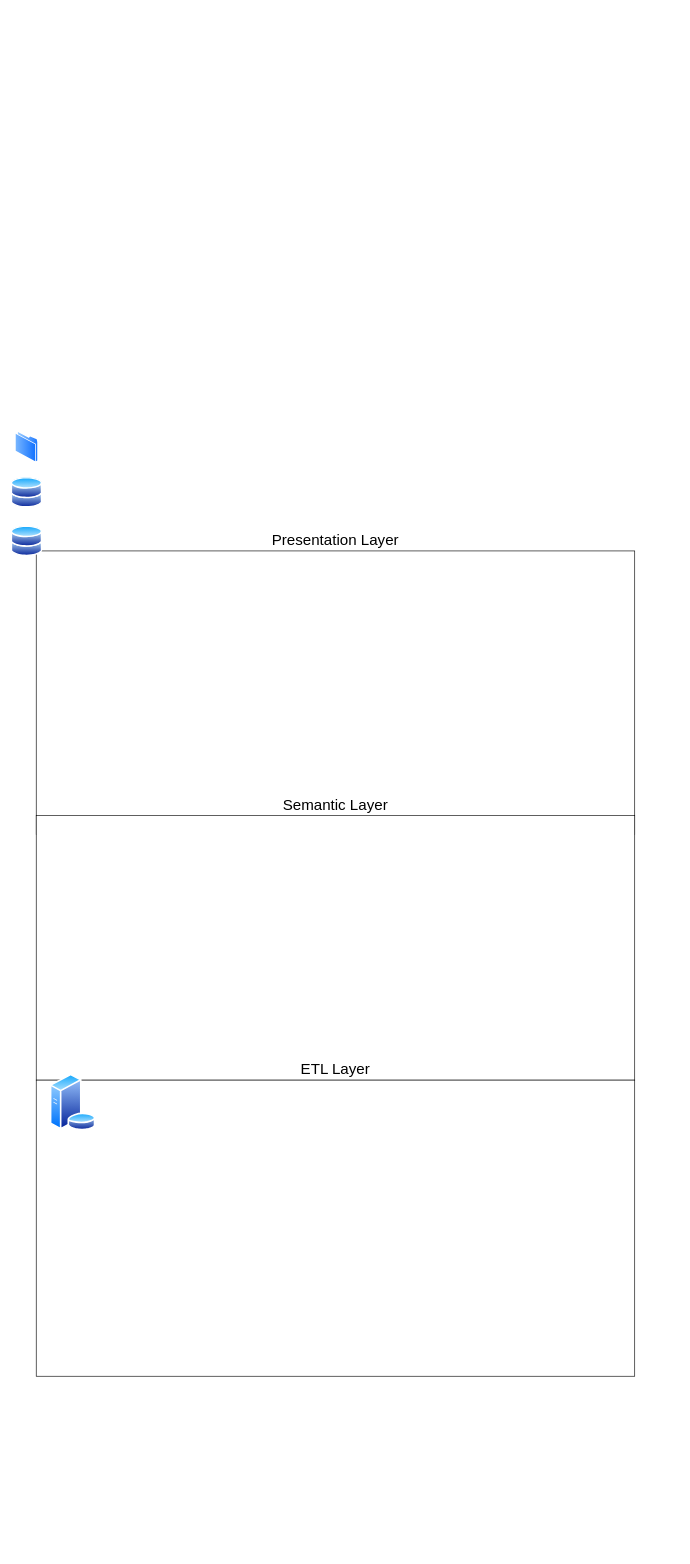
This is BI_Architecture.drawio from itaybaran/drawing, a draw.io file, before an edit. Source tidied: cells renumbered, new cells numbered last; positions are measured from the earlier drawing's top-left corner, leaving out a move shared by most shapes. Both pictures are drawn from the tidied source at 63%, with x=0, y=0 at pixel (11, 431).
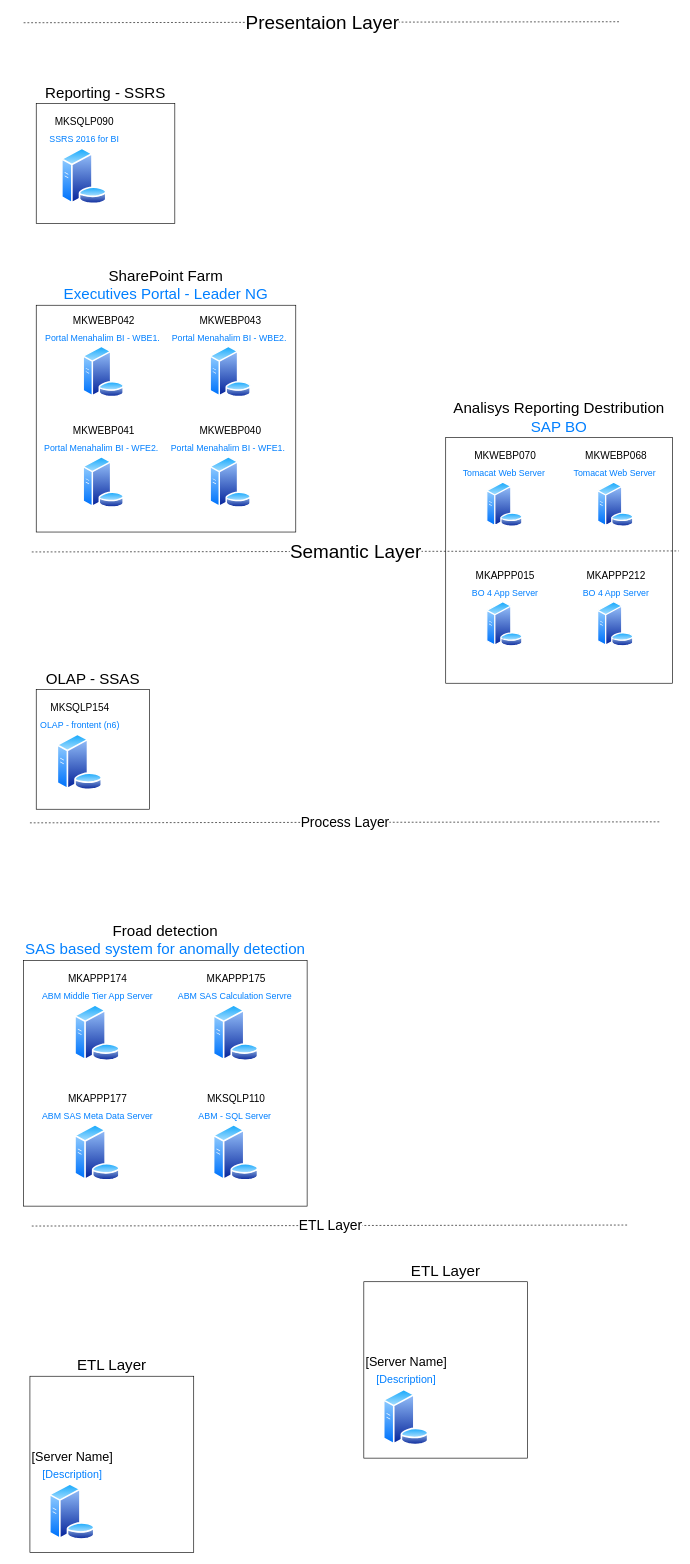
Above is the later version.

Change to the diagram source:
```diff
@@
-    <mxCell id="2" value="&lt;span style=&quot;font-size: 24px&quot;&gt;Presentation Layer&lt;/span&gt;" style="rounded=0;whiteSpace=wrap;html=1;labelPosition=center;verticalLabelPosition=top;align=center;verticalAlign=bottom;" parent="1" vertex="1">
-      <mxGeometry x="40" y="190" width="950" height="450" as="geometry" />
-    </mxCell>
-    <mxCell id="3" value="&lt;span style=&quot;font-size: 24px&quot;&gt;Semantic Layer&lt;/span&gt;" style="rounded=0;whiteSpace=wrap;html=1;labelPosition=center;verticalLabelPosition=top;align=center;verticalAlign=bottom;" parent="1" vertex="1">
-      <mxGeometry x="40" y="610" width="950" height="420" as="geometry" />
-    </mxCell>
-    <mxCell id="4" style="perimeter=ellipsePerimeter;html=1;align=center;shadow=0;dashed=0;spacingTop=3;image;image=img/lib/active_directory/folder.svg;" parent="1" vertex="1">
-      <mxGeometry x="6.8" width="36.5" height="50" as="geometry" />
-    </mxCell>
-    <mxCell id="5" style="perimeter=ellipsePerimeter;html=1;align=center;shadow=0;dashed=0;spacingTop=3;image;image=img/lib/active_directory/databases.svg;" parent="1" vertex="1">
-      <mxGeometry y="73" width="50" height="49" as="geometry" />
-    </mxCell>
-    <mxCell id="6" style="perimeter=ellipsePerimeter;html=1;align=center;shadow=0;dashed=0;spacingTop=3;image;image=img/lib/active_directory/databases.svg;" parent="1" vertex="1">
-      <mxGeometry y="150" width="50" height="49" as="geometry" />
-    </mxCell>
     <mxCell id="7" value="&lt;font style=&quot;font-size: 24px&quot;&gt;ETL Layer&lt;/font&gt;" style="rounded=0;whiteSpace=wrap;html=1;labelPosition=center;verticalLabelPosition=top;align=center;verticalAlign=bottom;" parent="1" vertex="1">
-      <mxGeometry x="40" y="1030" width="950" height="470" as="geometry" />
+      <mxGeometry x="560" y="1350" width="260" height="280" as="geometry" />
     </mxCell>
-    <mxCell id="8" style="perimeter=ellipsePerimeter;html=1;align=center;shadow=0;dashed=0;spacingTop=3;image;image=img/lib/active_directory/database_server.svg;labelPosition=center;verticalLabelPosition=top;verticalAlign=bottom;fontSize=22;" parent="1" vertex="1">
-      <mxGeometry x="61.3" y="1020" width="73.8" height="90" as="geometry" />
+    <mxCell id="8" value="&lt;font style=&quot;font-size: 20px&quot;&gt;[Server Name]&lt;/font&gt;&lt;br style=&quot;font-size: 18px&quot;&gt;&lt;font color=&quot;#007fff&quot; style=&quot;font-size: 17px&quot;&gt;[Description]&lt;/font&gt;" style="perimeter=ellipsePerimeter;html=1;align=center;shadow=0;dashed=0;spacingTop=3;image;image=img/lib/active_directory/database_server.svg;labelPosition=center;verticalLabelPosition=top;verticalAlign=bottom;fontSize=22;" parent="1" vertex="1">
+      <mxGeometry x="590" y="1520" width="73.8" height="90" as="geometry" />
     </mxCell>
+    <mxCell id="9" value="&lt;font style=&quot;font-size: 30px&quot;&gt;Presentaion Layer&lt;/font&gt;" style="endArrow=none;dashed=1;html=1;fontSize=22;exitX=1;exitY=1;exitDx=0;exitDy=0;" parent="1" edge="1">
+      <mxGeometry relative="1" as="geometry">
+        <mxPoint x="20" y="-648.4" as="sourcePoint" />
+        <mxPoint x="967.1" y="-650" as="targetPoint" />
+      </mxGeometry>
+    </mxCell>
+    <mxCell id="10" value="Process Layer" style="endArrow=none;dashed=1;html=1;fontSize=22;exitX=1;exitY=1;exitDx=0;exitDy=0;" parent="1" edge="1">
+      <mxGeometry relative="1" as="geometry">
+        <mxPoint x="30" y="621.6" as="sourcePoint" />
+        <mxPoint x="1030" y="620" as="targetPoint" />
+      </mxGeometry>
+    </mxCell>
+    <mxCell id="11" value="&lt;font style=&quot;font-size: 24px&quot;&gt;ETL Layer&lt;/font&gt;" style="rounded=0;whiteSpace=wrap;html=1;labelPosition=center;verticalLabelPosition=top;align=center;verticalAlign=bottom;" parent="1" vertex="1">
+      <mxGeometry x="30" y="1500" width="260" height="280" as="geometry" />
+    </mxCell>
+    <mxCell id="12" value="&lt;font style=&quot;font-size: 20px&quot;&gt;[Server Name]&lt;/font&gt;&lt;br style=&quot;font-size: 18px&quot;&gt;&lt;font color=&quot;#007fff&quot; style=&quot;font-size: 17px&quot;&gt;[Description]&lt;/font&gt;" style="perimeter=ellipsePerimeter;html=1;align=center;shadow=0;dashed=0;spacingTop=3;image;image=img/lib/active_directory/database_server.svg;labelPosition=center;verticalLabelPosition=top;verticalAlign=bottom;fontSize=22;" parent="1" vertex="1">
+      <mxGeometry x="60" y="1670" width="73.8" height="90" as="geometry" />
+    </mxCell>
+    <mxCell id="13" value="ETL Layer" style="endArrow=none;dashed=1;html=1;fontSize=22;exitX=1;exitY=1;exitDx=0;exitDy=0;" parent="1" edge="1">
+      <mxGeometry relative="1" as="geometry">
+        <mxPoint x="32.9" y="1261.6" as="sourcePoint" />
+        <mxPoint x="980" y="1260" as="targetPoint" />
+      </mxGeometry>
+    </mxCell>
+    <mxCell id="14" style="group;" parent="1" vertex="1">
+      <mxGeometry x="40" y="-200" width="412" height="360" as="geometry" />
+    </mxCell>
+    <mxCell id="15" value="&lt;font style=&quot;font-size: 24px&quot;&gt;SharePoint Farm&lt;br&gt;&lt;font color=&quot;#007fff&quot;&gt;Executives Portal - Leader NG&lt;/font&gt;&lt;br&gt;&lt;/font&gt;" style="rounded=0;whiteSpace=wrap;html=1;labelPosition=center;verticalLabelPosition=top;align=center;verticalAlign=bottom;" parent="14" vertex="1">
+      <mxGeometry width="412" height="360" as="geometry" />
+    </mxCell>
+    <mxCell id="16" value="&lt;span style=&quot;font-size: 16px&quot;&gt;MKWEBP041&lt;/span&gt;&lt;br style=&quot;font-size: 18px&quot;&gt;&lt;font color=&quot;#007fff&quot;&gt;&lt;span style=&quot;font-size: 14px&quot;&gt;Portal Menahalim BI - WFE2.&amp;nbsp;&amp;nbsp;&lt;/span&gt;&lt;/font&gt;" style="perimeter=ellipsePerimeter;html=1;align=center;shadow=0;dashed=0;spacingTop=3;image;image=img/lib/active_directory/database_server.svg;labelPosition=center;verticalLabelPosition=top;verticalAlign=bottom;fontSize=22;" parent="14" vertex="1">
+      <mxGeometry x="73.2" y="240" width="67.1" height="81.8" as="geometry" />
+    </mxCell>
+    <mxCell id="17" value="&lt;font style=&quot;font-size: 16px&quot;&gt;MKWEBP042&lt;/font&gt;&lt;br style=&quot;font-size: 18px&quot;&gt;&lt;font color=&quot;#007fff&quot;&gt;&lt;span style=&quot;font-size: 14px&quot;&gt;Portal Menahalim BI - WBE1.&amp;nbsp;&lt;/span&gt;&lt;/font&gt;" style="perimeter=ellipsePerimeter;html=1;align=center;shadow=0;dashed=0;spacingTop=3;image;image=img/lib/active_directory/database_server.svg;labelPosition=center;verticalLabelPosition=top;verticalAlign=bottom;fontSize=22;" parent="14" vertex="1">
+      <mxGeometry x="73.2" y="64.6" width="67.1" height="81.8" as="geometry" />
+    </mxCell>
+    <mxCell id="18" value="&lt;font style=&quot;font-size: 16px&quot;&gt;MKWEBP043&lt;/font&gt;&lt;br style=&quot;font-size: 18px&quot;&gt;&lt;font color=&quot;#007fff&quot;&gt;&lt;span style=&quot;font-size: 14px&quot;&gt;Portal Menahalim BI - WBE2.&amp;nbsp;&lt;/span&gt;&lt;/font&gt;" style="perimeter=ellipsePerimeter;html=1;align=center;shadow=0;dashed=0;spacingTop=3;image;image=img/lib/active_directory/database_server.svg;labelPosition=center;verticalLabelPosition=top;verticalAlign=bottom;fontSize=22;" parent="14" vertex="1">
+      <mxGeometry x="274.7" y="64.6" width="67.1" height="81.8" as="geometry" />
+    </mxCell>
+    <mxCell id="19" value="&lt;span style=&quot;font-size: 16px&quot;&gt;MKWEBP040&lt;br&gt;&lt;/span&gt;&lt;font color=&quot;#007fff&quot;&gt;&lt;span style=&quot;font-size: 14px&quot;&gt;Portal Menahalim BI - WFE1.&amp;nbsp;&amp;nbsp;&lt;/span&gt;&lt;/font&gt;" style="perimeter=ellipsePerimeter;html=1;align=center;shadow=0;dashed=0;spacingTop=3;image;image=img/lib/active_directory/database_server.svg;labelPosition=center;verticalLabelPosition=top;verticalAlign=bottom;fontSize=22;" parent="14" vertex="1">
+      <mxGeometry x="274.7" y="240" width="67.1" height="81.8" as="geometry" />
+    </mxCell>
+    <mxCell id="20" style="group;" parent="1" vertex="1">
+      <mxGeometry x="20" y="840" width="450" height="390" as="geometry" />
+    </mxCell>
+    <mxCell id="21" value="&lt;font style=&quot;font-size: 24px&quot;&gt;Froad detection&lt;br&gt;&lt;font color=&quot;#007fff&quot;&gt;SAS based system for anomally detection&lt;/font&gt;&lt;br&gt;&lt;/font&gt;" style="rounded=0;whiteSpace=wrap;html=1;labelPosition=center;verticalLabelPosition=top;align=center;verticalAlign=bottom;" parent="20" vertex="1">
+      <mxGeometry width="450" height="390" as="geometry" />
+    </mxCell>
+    <mxCell id="22" value="&lt;span style=&quot;font-size: 16px&quot;&gt;MKAPPP177&lt;/span&gt;&lt;br style=&quot;font-size: 18px&quot;&gt;&lt;font color=&quot;#007fff&quot;&gt;&lt;span style=&quot;font-size: 14px&quot;&gt;ABM SAS Meta Data Server&lt;/span&gt;&lt;/font&gt;" style="perimeter=ellipsePerimeter;html=1;align=center;shadow=0;dashed=0;spacingTop=3;image;image=img/lib/active_directory/database_server.svg;labelPosition=center;verticalLabelPosition=top;verticalAlign=bottom;fontSize=22;" parent="20" vertex="1">
+      <mxGeometry x="80" y="260" width="73.8" height="90" as="geometry" />
+    </mxCell>
+    <mxCell id="23" value="&lt;font style=&quot;font-size: 16px&quot;&gt;MKAPPP174&lt;/font&gt;&lt;br style=&quot;font-size: 18px&quot;&gt;&lt;font color=&quot;#007fff&quot;&gt;&lt;span style=&quot;font-size: 14px&quot;&gt;ABM Middle Tier App Server&lt;/span&gt;&lt;/font&gt;" style="perimeter=ellipsePerimeter;html=1;align=center;shadow=0;dashed=0;spacingTop=3;image;image=img/lib/active_directory/database_server.svg;labelPosition=center;verticalLabelPosition=top;verticalAlign=bottom;fontSize=22;" parent="20" vertex="1">
+      <mxGeometry x="80" y="70" width="73.8" height="90" as="geometry" />
+    </mxCell>
+    <mxCell id="24" value="&lt;font style=&quot;font-size: 16px&quot;&gt;MKAPPP175&lt;/font&gt;&lt;br style=&quot;font-size: 18px&quot;&gt;&lt;font color=&quot;#007fff&quot;&gt;&lt;span style=&quot;font-size: 14px&quot;&gt;ABM SAS Calculation Servre&amp;nbsp;&lt;/span&gt;&lt;/font&gt;" style="perimeter=ellipsePerimeter;html=1;align=center;shadow=0;dashed=0;spacingTop=3;image;image=img/lib/active_directory/database_server.svg;labelPosition=center;verticalLabelPosition=top;verticalAlign=bottom;fontSize=22;" parent="20" vertex="1">
+      <mxGeometry x="300" y="70" width="73.8" height="90" as="geometry" />
+    </mxCell>
+    <mxCell id="25" value="&lt;span style=&quot;font-size: 16px&quot;&gt;MKSQLP110&lt;/span&gt;&lt;br&gt;&lt;font color=&quot;#007fff&quot;&gt;&lt;span style=&quot;font-size: 14px&quot;&gt;ABM - SQL Server&amp;nbsp;&lt;/span&gt;&lt;/font&gt;" style="perimeter=ellipsePerimeter;html=1;align=center;shadow=0;dashed=0;spacingTop=3;image;image=img/lib/active_directory/database_server.svg;labelPosition=center;verticalLabelPosition=top;verticalAlign=bottom;fontSize=22;" parent="20" vertex="1">
+      <mxGeometry x="300" y="260" width="73.8" height="90" as="geometry" />
+    </mxCell>
+    <mxCell id="26" style="group;" parent="1" vertex="1">
+      <mxGeometry x="690" y="10" width="360" height="390" as="geometry" />
+    </mxCell>
+    <mxCell id="27" value="&lt;font style=&quot;font-size: 24px&quot;&gt;Analisys Reporting Destribution&lt;br&gt;&lt;font color=&quot;#007fff&quot;&gt;SAP BO&lt;/font&gt;&lt;br&gt;&lt;/font&gt;" style="rounded=0;whiteSpace=wrap;html=1;labelPosition=center;verticalLabelPosition=top;align=center;verticalAlign=bottom;" parent="26" vertex="1">
+      <mxGeometry width="360" height="390" as="geometry" />
+    </mxCell>
+    <mxCell id="28" value="&lt;font style=&quot;font-size: 16px&quot;&gt;MKAPPP015&lt;/font&gt;&lt;br style=&quot;font-size: 18px&quot;&gt;&lt;font color=&quot;#007fff&quot;&gt;&lt;span style=&quot;font-size: 14px&quot;&gt;BO 4 App Server&lt;/span&gt;&lt;/font&gt;" style="perimeter=ellipsePerimeter;html=1;align=center;shadow=0;dashed=0;spacingTop=3;image;image=img/lib/active_directory/database_server.svg;labelPosition=center;verticalLabelPosition=top;verticalAlign=bottom;fontSize=22;" parent="26" vertex="1">
+      <mxGeometry x="64" y="260" width="59" height="72" as="geometry" />
+    </mxCell>
+    <mxCell id="29" value="&lt;font style=&quot;font-size: 16px&quot;&gt;MKWEBP070&lt;/font&gt;&lt;br style=&quot;font-size: 18px&quot;&gt;&lt;font color=&quot;#007fff&quot;&gt;&lt;span style=&quot;font-size: 14px&quot;&gt;Tomacat Web Server&amp;nbsp;&lt;/span&gt;&lt;/font&gt;" style="perimeter=ellipsePerimeter;html=1;align=center;shadow=0;dashed=0;spacingTop=3;image;image=img/lib/active_directory/database_server.svg;labelPosition=center;verticalLabelPosition=top;verticalAlign=bottom;fontSize=22;" parent="26" vertex="1">
+      <mxGeometry x="64" y="70" width="59" height="72" as="geometry" />
+    </mxCell>
+    <mxCell id="30" value="&lt;font style=&quot;font-size: 16px&quot;&gt;MKWEBP068&lt;/font&gt;&lt;br style=&quot;font-size: 18px&quot;&gt;&lt;font color=&quot;#007fff&quot;&gt;&lt;span style=&quot;font-size: 14px&quot;&gt;Tomacat Web Server&amp;nbsp;&lt;/span&gt;&lt;/font&gt;" style="perimeter=ellipsePerimeter;html=1;align=center;shadow=0;dashed=0;spacingTop=3;image;image=img/lib/active_directory/database_server.svg;labelPosition=center;verticalLabelPosition=top;verticalAlign=bottom;fontSize=22;" parent="26" vertex="1">
+      <mxGeometry x="240" y="70" width="59" height="72" as="geometry" />
+    </mxCell>
+    <mxCell id="31" value="&lt;font style=&quot;font-size: 16px&quot;&gt;MKAPPP212&lt;/font&gt;&lt;br style=&quot;font-size: 18px&quot;&gt;&lt;font color=&quot;#007fff&quot;&gt;&lt;span style=&quot;font-size: 14px&quot;&gt;BO 4 App Server&lt;/span&gt;&lt;/font&gt;" style="perimeter=ellipsePerimeter;html=1;align=center;shadow=0;dashed=0;spacingTop=3;image;image=img/lib/active_directory/database_server.svg;labelPosition=center;verticalLabelPosition=top;verticalAlign=bottom;fontSize=22;" parent="26" vertex="1">
+      <mxGeometry x="240" y="260" width="59" height="72" as="geometry" />
+    </mxCell>
+    <mxCell id="3" value="&lt;font style=&quot;font-size: 30px&quot;&gt;Semantic Layer&lt;/font&gt;" style="endArrow=none;dashed=1;html=1;fontSize=22;exitX=1;exitY=1;exitDx=0;exitDy=0;" parent="1" edge="1">
+      <mxGeometry relative="1" as="geometry">
+        <mxPoint x="32.9" y="191.6" as="sourcePoint" />
+        <mxPoint x="1060" y="190" as="targetPoint" />
+      </mxGeometry>
+    </mxCell>
+    <mxCell id="32" style="group;" parent="1" vertex="1">
+      <mxGeometry x="40" y="410" width="180" height="190" as="geometry" />
+    </mxCell>
+    <mxCell id="33" value="&lt;font style=&quot;font-size: 24px&quot;&gt;OLAP - SSAS&lt;/font&gt;" style="rounded=0;whiteSpace=wrap;html=1;labelPosition=center;verticalLabelPosition=top;align=center;verticalAlign=bottom;" parent="32" vertex="1">
+      <mxGeometry width="180" height="190" as="geometry" />
+    </mxCell>
+    <mxCell id="34" value="&lt;font style=&quot;font-size: 16px&quot;&gt;MKSQLP154&lt;/font&gt;&lt;br style=&quot;font-size: 18px&quot;&gt;&lt;font color=&quot;#007fff&quot; style=&quot;font-size: 14px&quot;&gt;OLAP - frontent (n6)&lt;/font&gt;" style="perimeter=ellipsePerimeter;html=1;align=center;shadow=0;dashed=0;spacingTop=3;image;image=img/lib/active_directory/database_server.svg;labelPosition=center;verticalLabelPosition=top;verticalAlign=bottom;fontSize=22;" parent="32" vertex="1">
+      <mxGeometry x="32" y="70" width="73.8" height="90" as="geometry" />
+    </mxCell>
+    <mxCell id="35" style="group;" parent="1" vertex="1">
+      <mxGeometry x="40" y="-520" width="220" height="190" as="geometry" />
+    </mxCell>
+    <mxCell id="36" value="&lt;font style=&quot;font-size: 24px&quot;&gt;Reporting - SSRS&lt;/font&gt;" style="rounded=0;whiteSpace=wrap;html=1;labelPosition=center;verticalLabelPosition=top;align=center;verticalAlign=bottom;" parent="35" vertex="1">
+      <mxGeometry width="220" height="190" as="geometry" />
+    </mxCell>
+    <mxCell id="37" value="&lt;font style=&quot;font-size: 16px&quot;&gt;MKSQLP090&lt;/font&gt;&lt;br style=&quot;font-size: 18px&quot;&gt;&lt;font color=&quot;#007fff&quot;&gt;&lt;span style=&quot;font-size: 14px&quot;&gt;SSRS 2016 for BI&lt;/span&gt;&lt;/font&gt;" style="perimeter=ellipsePerimeter;html=1;align=center;shadow=0;dashed=0;spacingTop=3;image;image=img/lib/active_directory/database_server.svg;labelPosition=center;verticalLabelPosition=top;verticalAlign=bottom;fontSize=22;" parent="35" vertex="1">
+      <mxGeometry x="39.1" y="70" width="73.8" height="90" as="geometry" />
+    </mxCell>
```
